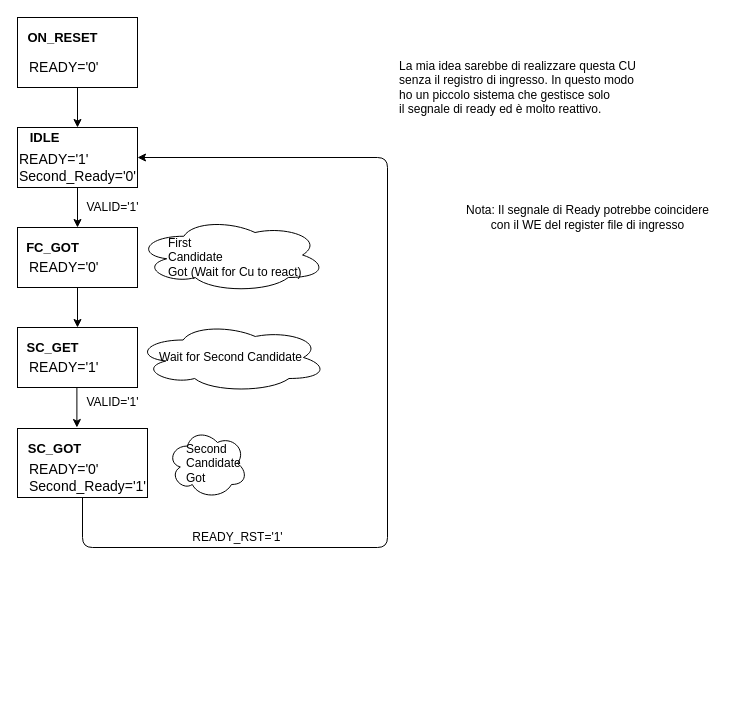
Before: page "READY_CU" (2 of 2) of control_unit/Extimator_CU_State_Diagram.drawio in CostantinoTaranto/AME_Block-Diagram, a draw.io diagram. Source tidied: cells renumbered, new cells numbered last; positions are measured from the earlier drawing's top-left corner, leaving out a move shared by most shapes. Both pictures are drawn from the tidied source at 100%, with x=0, y=0 at pixel (17, 17).
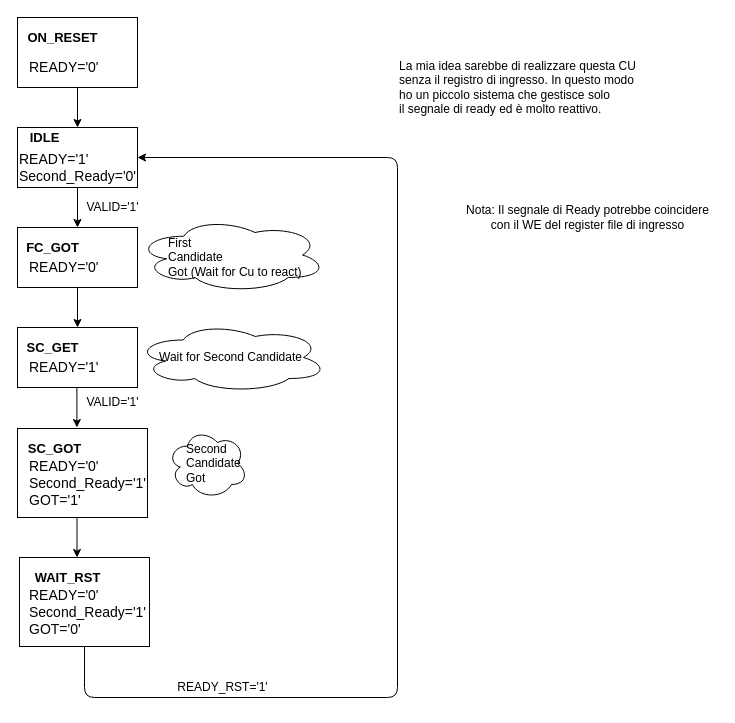
Above is the later version.

Unchanged cells that the change refers to:
```xml
<mxCell id="8" style="rounded=0;whiteSpace=wrap;html=1;" parent="1" vertex="1">
  <mxGeometry y="110" width="120" height="60" as="geometry" />
</mxCell>
<mxCell id="10" value="&lt;font style=&quot;font-size: 14px&quot;&gt;READY='1'&lt;br&gt;Second_Ready='0'&lt;br&gt;&lt;/font&gt;" style="text;html=1;align=left;verticalAlign=middle;points=[];" parent="1" vertex="1">
  <mxGeometry y="130" width="130" height="40" as="geometry" />
</mxCell>
```

Change to the diagram source:
```diff
@@
     <mxCell id="24" value="READY_RST='1'" style="text;html=1;align=center;verticalAlign=middle;" parent="1" vertex="1">
-      <mxGeometry x="165" y="510" width="110" height="20" as="geometry" />
+      <mxGeometry x="150" y="660" width="110" height="20" as="geometry" />
     </mxCell>
@@
     <mxCell id="26" style="rounded=0;whiteSpace=wrap;html=1;" parent="1" vertex="1">
-      <mxGeometry y="411" width="130" height="69" as="geometry" />
+      <mxGeometry y="411" width="130" height="89" as="geometry" />
     </mxCell>
@@
-    <mxCell id="28" value="&lt;font style=&quot;font-size: 14px&quot;&gt;READY='0'&lt;br&gt;Second_Ready='1'&lt;br&gt;&lt;/font&gt;" style="text;html=1;align=left;verticalAlign=middle;" parent="1" vertex="1">
-      <mxGeometry x="10" y="440" width="130" height="40" as="geometry" />
+    <mxCell id="28" value="&lt;font style=&quot;font-size: 14px&quot;&gt;READY='0'&lt;br&gt;Second_Ready='1'&lt;br&gt;GOT='1'&lt;br&gt;&lt;/font&gt;" style="text;html=1;align=left;verticalAlign=middle;" parent="1" vertex="1">
+      <mxGeometry x="10" y="441" width="130" height="50" as="geometry" />
     </mxCell>
@@
-    <mxCell id="31" style="endArrow=classic;html=1;exitX=0.5;exitY=1;exitDx=0;exitDy=0;entryX=1;entryY=0.5;entryDx=0;entryDy=0;" parent="1" edge="1" source="26" target="8">
-      <mxGeometry relative="1" as="geometry">
-        <Array as="points">
-          <mxPoint x="65" y="530" />
-          <mxPoint x="370" y="530" />
-          <mxPoint x="370" y="140" />
-        </Array>
-      </mxGeometry>
-    </mxCell>
@@
+    <mxCell id="33" style="rounded=0;whiteSpace=wrap;html=1;" parent="1" vertex="1">
+      <mxGeometry x="2" y="540" width="130" height="89" as="geometry" />
+    </mxCell>
+    <mxCell id="34" value="&lt;span style=&quot;font-size: 13px&quot;&gt;&lt;b&gt;WAIT_RST&lt;/b&gt;&lt;/span&gt;" style="text;html=1;align=center;verticalAlign=middle;" parent="1" vertex="1">
+      <mxGeometry x="10" y="550" width="80" height="20" as="geometry" />
+    </mxCell>
+    <mxCell id="35" value="&lt;font style=&quot;font-size: 14px&quot;&gt;READY='0'&lt;br&gt;Second_Ready='1'&lt;br&gt;GOT='0'&lt;br&gt;&lt;/font&gt;" style="text;html=1;align=left;verticalAlign=middle;" parent="1" vertex="1">
+      <mxGeometry x="10" y="570" width="130" height="50" as="geometry" />
+    </mxCell>
+    <mxCell id="36" style="endArrow=classic;html=1;exitX=0.5;exitY=1;exitDx=0;exitDy=0;" parent="1" edge="1">
+      <mxGeometry relative="1" as="geometry">
+        <mxPoint x="59.5" y="500" as="sourcePoint" />
+        <mxPoint x="59.5" y="540" as="targetPoint" />
+      </mxGeometry>
+    </mxCell>
+    <mxCell id="37" style="endArrow=classic;html=1;exitX=0.5;exitY=1;exitDx=0;exitDy=0;entryX=0.923;entryY=0.25;entryDx=0;entryDy=0;entryPerimeter=0;" parent="1" edge="1" source="33" target="10">
+      <mxGeometry relative="1" as="geometry">
+        <Array as="points">
+          <mxPoint x="67" y="680" />
+          <mxPoint x="380" y="680" />
+          <mxPoint x="380" y="140" />
+        </Array>
+      </mxGeometry>
+    </mxCell>
```
